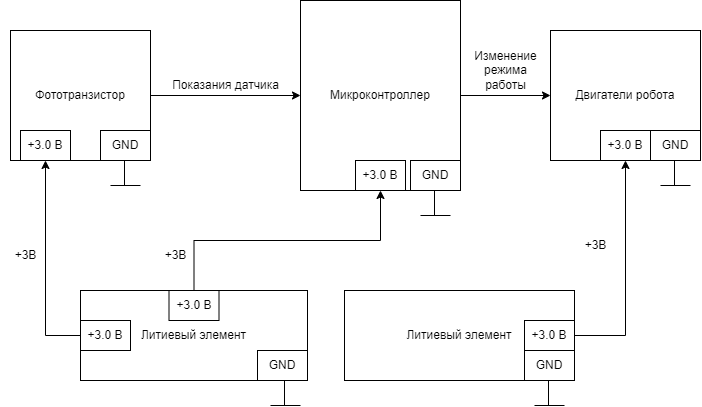
The draw.io diagram Cхемыч.png in IlyaFedoseev227/LABS-PNRPU-IVT-22-1b, before a commit. Source tidied: cells renumbered, new cells last; positions are measured from the earlier drawing's top-left corner, leaving out a move shared by most shapes.
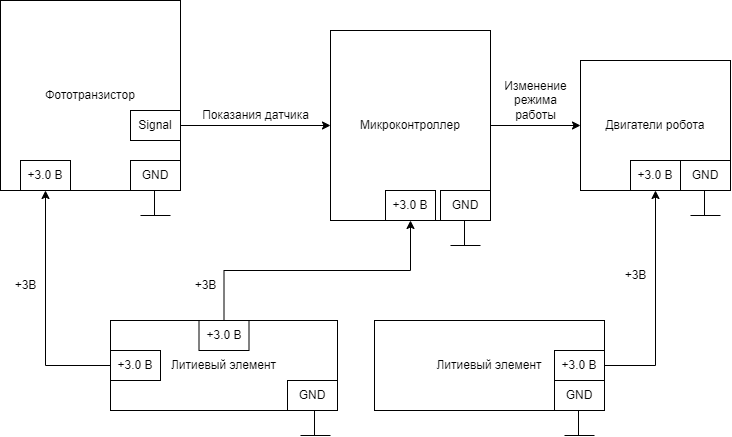
Later version of the same file.

What changed in the source:
```diff
@@ -18,10 +18,14 @@
       <mxGeometry x="300" width="160" height="190" as="geometry" />
     </mxCell>
     <mxCell id="7" style="edgeStyle=orthogonalEdgeStyle;rounded=0;jettySize=auto;html=1;exitX=1;exitY=0.5;exitDx=0;exitDy=0;entryX=0;entryY=0.5;entryDx=0;entryDy=0;" parent="1" edge="1" source="8" target="6">
-      <mxGeometry relative="1" as="geometry" />
+      <mxGeometry relative="1" as="geometry">
+        <Array as="points">
+          <mxPoint x="150" y="95" />
+        </Array>
+      </mxGeometry>
     </mxCell>
     <mxCell id="8" value="Фототранзистор" style="rounded=0;whiteSpace=wrap;html=1;" parent="1" vertex="1">
-      <mxGeometry x="10" y="30" width="140" height="130" as="geometry" />
+      <mxGeometry x="-30" y="-30" width="180" height="190" as="geometry" />
     </mxCell>
     <mxCell id="9" value="Двигатели робота" style="rounded=0;whiteSpace=wrap;html=1;" parent="1" vertex="1">
       <mxGeometry x="550" y="30" width="150" height="130" as="geometry" />
@@ -93,13 +97,13 @@
       </mxGeometry>
     </mxCell>
     <mxCell id="22" value="+3B" style="text;html=1;align=center;verticalAlign=middle;strokeColor=none;fillColor=none;" parent="1" vertex="1">
-      <mxGeometry x="570" y="230" width="50" height="30" as="geometry" />
+      <mxGeometry x="580" y="230" width="50" height="30" as="geometry" />
     </mxCell>
     <mxCell id="23" value="+3B" style="text;html=1;align=center;verticalAlign=middle;strokeColor=none;fillColor=none;" parent="1" vertex="1">
       <mxGeometry x="150" y="240" width="50" height="30" as="geometry" />
     </mxCell>
     <mxCell id="24" value="+3B" style="text;html=1;align=center;verticalAlign=middle;strokeColor=none;fillColor=none;" parent="1" vertex="1">
-      <mxGeometry y="240" width="50" height="30" as="geometry" />
+      <mxGeometry x="-30" y="240" width="50" height="30" as="geometry" />
     </mxCell>
     <mxCell id="25" value="Показания датчика" style="text;html=1;align=center;verticalAlign=middle;strokeColor=none;fillColor=none;" parent="1" vertex="1">
       <mxGeometry x="160" y="70" width="130" height="30" as="geometry" />
@@ -132,7 +136,7 @@
       <mxGeometry x="524" y="320" width="50" height="30" as="geometry" />
     </mxCell>
     <mxCell id="35" value="+3.0 B" style="rounded=0;whiteSpace=wrap;html=1;" parent="1" vertex="1">
-      <mxGeometry x="20" y="130" width="50" height="30" as="geometry" />
+      <mxGeometry x="-10" y="130" width="50" height="30" as="geometry" />
     </mxCell>
     <mxCell id="36" value="+3.0 B" style="rounded=0;whiteSpace=wrap;html=1;" parent="1" vertex="1">
       <mxGeometry x="355" y="160" width="50" height="30" as="geometry" />
@@ -140,5 +144,8 @@
     <mxCell id="37" value="+3.0 B" style="rounded=0;whiteSpace=wrap;html=1;" parent="1" vertex="1">
       <mxGeometry x="600" y="130" width="50" height="30" as="geometry" />
     </mxCell>
+    <mxCell id="38" value="Signal" style="rounded=0;whiteSpace=wrap;html=1;" parent="1" vertex="1">
+      <mxGeometry x="100" y="80" width="50" height="30" as="geometry" />
+    </mxCell>
   </root>
 </mxGraphModel>
```
